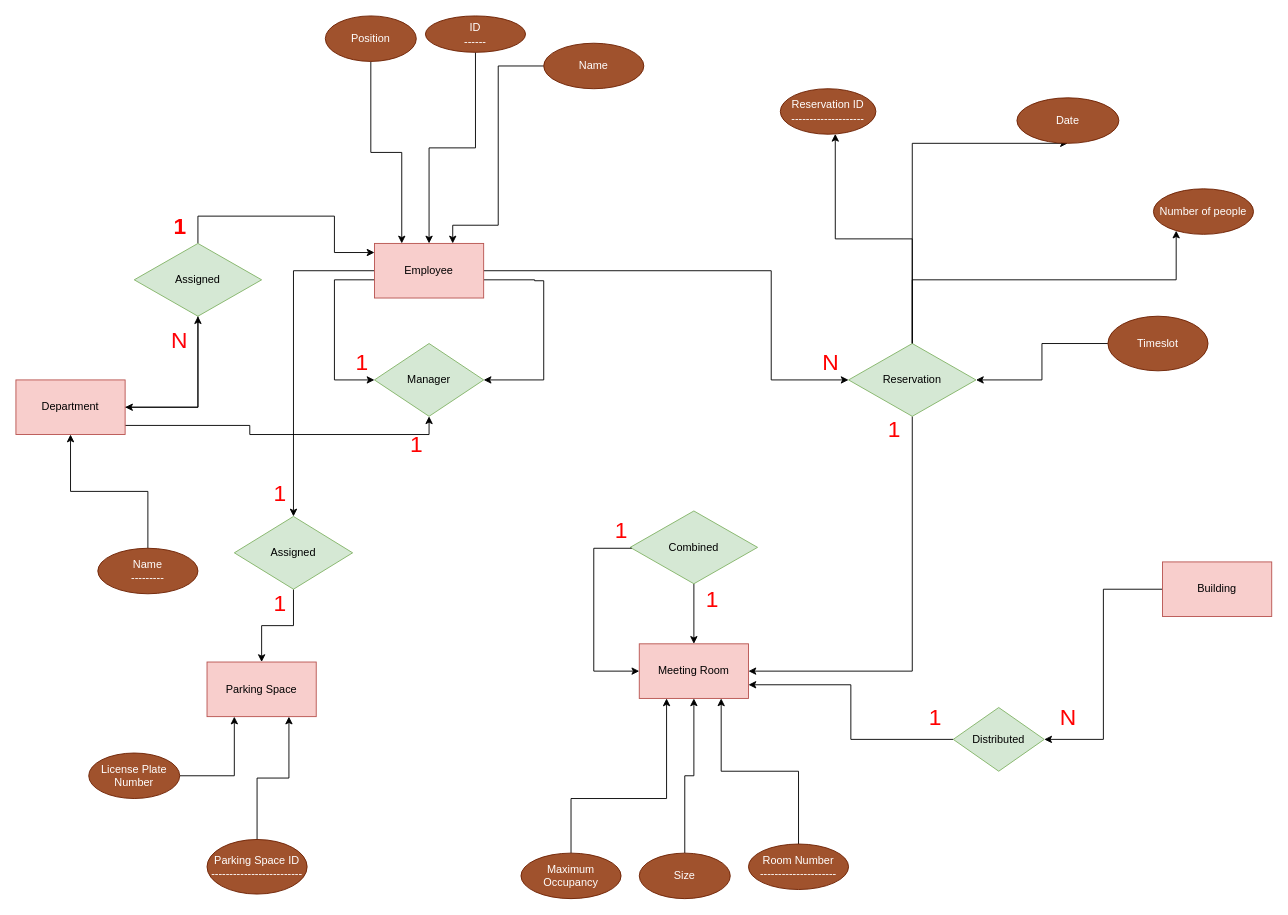
Before: Room Reservation System/RoomReservationSystem.drawio in daatoo/Databases, a draw.io diagram. Source tidied: cells renumbered, new cells numbered last; positions are measured from the earlier drawing's top-left corner, leaving out a move shared by most shapes. Both pictures are drawn from the tidied source at 91%, with x=0, y=0 at pixel (15, 15).
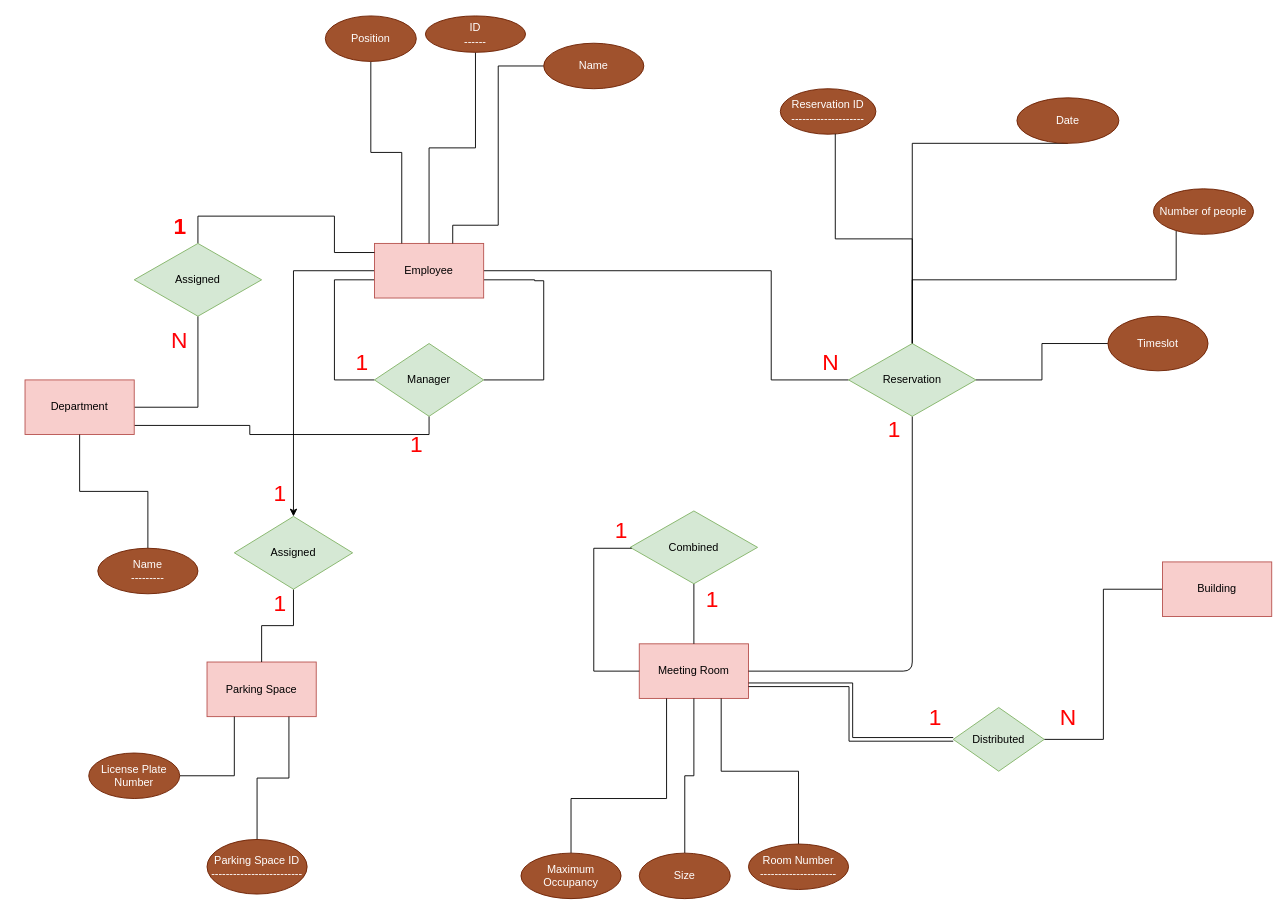
The same page after the edit.

The change refers to these unchanged cells:
```xml
<mxCell id="6" value="Employee" style="rounded=0;whiteSpace=wrap;html=1;fillColor=#f8cecc;strokeColor=#b85450;" parent="1" vertex="1">
  <mxGeometry x="394" y="250" width="120" height="60" as="geometry" />
</mxCell>
<mxCell id="8" value="ID&lt;div&gt;------&lt;/div&gt;" style="ellipse;whiteSpace=wrap;html=1;fillColor=#a0522d;fontColor=#ffffff;strokeColor=#6D1F00;" parent="1" vertex="1">
  <mxGeometry x="450" width="110" height="40" as="geometry" />
</mxCell>
<mxCell id="10" value="Name" style="ellipse;whiteSpace=wrap;html=1;fillColor=#a0522d;fontColor=#ffffff;strokeColor=#6D1F00;" parent="1" vertex="1">
  <mxGeometry x="580" y="30" width="110" height="50" as="geometry" />
</mxCell>
<mxCell id="12" value="Position" style="ellipse;whiteSpace=wrap;html=1;fillColor=#a0522d;fontColor=#ffffff;strokeColor=#6D1F00;" parent="1" vertex="1">
  <mxGeometry x="340" width="100" height="50" as="geometry" />
</mxCell>
<mxCell id="17" value="Name&lt;div&gt;---------&lt;/div&gt;" style="ellipse;whiteSpace=wrap;html=1;fillColor=#a0522d;fontColor=#ffffff;strokeColor=#6D1F00;" parent="1" vertex="1">
  <mxGeometry x="90" y="585" width="110" height="50" as="geometry" />
</mxCell>
<mxCell id="20" value="Assigned" style="rhombus;whiteSpace=wrap;html=1;fillColor=#d5e8d4;strokeColor=#82b366;" parent="1" vertex="1">
  <mxGeometry x="130" y="250" width="140" height="80" as="geometry" />
</mxCell>
<mxCell id="21" value="Manager" style="rhombus;whiteSpace=wrap;html=1;fillColor=#d5e8d4;strokeColor=#82b366;" parent="1" vertex="1">
  <mxGeometry x="394" y="360" width="120" height="80" as="geometry" />
</mxCell>
<mxCell id="22" value="Meeting Room" style="rounded=0;whiteSpace=wrap;html=1;fillColor=#f8cecc;strokeColor=#b85450;" parent="1" vertex="1">
  <mxGeometry x="685" y="690" width="120" height="60" as="geometry" />
</mxCell>
<mxCell id="24" value="Room Number&lt;div&gt;---------------------&lt;/div&gt;" style="ellipse;whiteSpace=wrap;html=1;fillColor=#a0522d;fontColor=#ffffff;strokeColor=#6D1F00;" parent="1" vertex="1">
  <mxGeometry x="805" y="910" width="110" height="50" as="geometry" />
</mxCell>
<mxCell id="26" value="Size" style="ellipse;whiteSpace=wrap;html=1;fillColor=#a0522d;fontColor=#ffffff;strokeColor=#6D1F00;" parent="1" vertex="1">
  <mxGeometry x="685" y="920" width="100" height="50" as="geometry" />
</mxCell>
<mxCell id="28" value="Maximum Occupancy" style="ellipse;whiteSpace=wrap;html=1;fillColor=#a0522d;fontColor=#ffffff;strokeColor=#6D1F00;" parent="1" vertex="1">
  <mxGeometry x="555" y="920" width="110" height="50" as="geometry" />
</mxCell>
<mxCell id="30" value="Combined" style="rhombus;whiteSpace=wrap;html=1;fillColor=#d5e8d4;strokeColor=#82b366;" parent="1" vertex="1">
  <mxGeometry x="675" y="544" width="140" height="80" as="geometry" />
</mxCell>
<mxCell id="33" value="Building" style="rounded=0;whiteSpace=wrap;html=1;fillColor=#f8cecc;strokeColor=#b85450;" parent="1" vertex="1">
  <mxGeometry x="1260" y="600" width="120" height="60" as="geometry" />
</mxCell>
<mxCell id="37" value="Reservation" style="rhombus;whiteSpace=wrap;html=1;fillColor=#d5e8d4;strokeColor=#82b366;" parent="1" vertex="1">
  <mxGeometry x="915" y="360" width="140" height="80" as="geometry" />
</mxCell>
<mxCell id="38" value="Reservation ID&lt;div&gt;--------------------&lt;/div&gt;" style="ellipse;whiteSpace=wrap;html=1;fillColor=#a0522d;fontColor=#ffffff;strokeColor=#6D1F00;" parent="1" vertex="1">
  <mxGeometry x="840" y="80" width="105" height="50" as="geometry" />
</mxCell>
<mxCell id="39" value="Date" style="ellipse;whiteSpace=wrap;html=1;fillColor=#a0522d;fontColor=#ffffff;strokeColor=#6D1F00;" parent="1" vertex="1">
  <mxGeometry x="1100" y="90" width="112" height="50" as="geometry" />
</mxCell>
<mxCell id="40" value="Number of people" style="ellipse;whiteSpace=wrap;html=1;fillColor=#a0522d;fontColor=#ffffff;strokeColor=#6D1F00;" parent="1" vertex="1">
  <mxGeometry x="1250" y="190" width="110" height="50" as="geometry" />
</mxCell>
<mxCell id="43" value="Distributed" style="rhombus;whiteSpace=wrap;html=1;fillColor=#d5e8d4;strokeColor=#82b366;" parent="1" vertex="1">
  <mxGeometry x="1030" y="760" width="100" height="70" as="geometry" />
</mxCell>
<mxCell id="44" value="Parking Space" style="rounded=0;whiteSpace=wrap;html=1;fillColor=#f8cecc;strokeColor=#b85450;" parent="1" vertex="1">
  <mxGeometry x="210" y="710" width="120" height="60" as="geometry" />
</mxCell>
<mxCell id="46" value="Parking Space ID&lt;div&gt;-------------------------&lt;/div&gt;" style="ellipse;whiteSpace=wrap;html=1;fillColor=#a0522d;fontColor=#ffffff;strokeColor=#6D1F00;" parent="1" vertex="1">
  <mxGeometry x="210" y="905" width="110" height="60" as="geometry" />
</mxCell>
<mxCell id="48" value="License Plate Number" style="ellipse;whiteSpace=wrap;html=1;fillColor=#a0522d;fontColor=#ffffff;strokeColor=#6D1F00;" parent="1" vertex="1">
  <mxGeometry x="80" y="810" width="100" height="50" as="geometry" />
</mxCell>
<mxCell id="50" value="Timeslot" style="ellipse;whiteSpace=wrap;html=1;fillColor=#a0522d;fontColor=#ffffff;strokeColor=#6D1F00;" parent="1" vertex="1">
  <mxGeometry x="1200" y="330" width="110" height="60" as="geometry" />
</mxCell>
<mxCell id="52" value="Assigned" style="rhombus;whiteSpace=wrap;html=1;fillColor=#d5e8d4;strokeColor=#82b366;" parent="1" vertex="1">
  <mxGeometry x="240" y="550" width="130" height="80" as="geometry" />
</mxCell>
```

The edit, as a diff of the source:
```diff
@@
-    <mxCell id="2" style="edgeStyle=orthogonalEdgeStyle;rounded=0;jettySize=auto;html=1;entryX=0;entryY=0.5;entryDx=0;entryDy=0;" parent="1" edge="1" source="6" target="21">
-      <mxGeometry relative="1" as="geometry">
-        <Array as="points">
-          <mxPoint x="350" y="290" />
-          <mxPoint x="350" y="400" />
-        </Array>
-      </mxGeometry>
-    </mxCell>
-    <mxCell id="3" style="edgeStyle=orthogonalEdgeStyle;rounded=0;jettySize=auto;html=1;entryX=1;entryY=0.5;entryDx=0;entryDy=0;" parent="1" edge="1" source="6" target="21">
-      <mxGeometry relative="1" as="geometry">
-        <Array as="points">
-          <mxPoint x="570" y="290" />
-          <mxPoint x="570" y="291" />
-          <mxPoint x="580" y="291" />
-          <mxPoint x="580" y="400" />
-        </Array>
-      </mxGeometry>
-    </mxCell>
+    <mxCell id="65" style="edgeStyle=orthogonalEdgeStyle;rounded=0;jettySize=auto;html=1;entryX=0;entryY=0.5;entryDx=0;entryDy=0;endArrow=none;endFill=0;" parent="1" edge="1" source="6" target="21">
+      <mxGeometry relative="1" as="geometry">
+        <Array as="points">
+          <mxPoint x="350" y="290" />
+          <mxPoint x="350" y="400" />
+        </Array>
+      </mxGeometry>
+    </mxCell>
+    <mxCell id="66" style="edgeStyle=orthogonalEdgeStyle;rounded=0;jettySize=auto;html=1;entryX=1;entryY=0.5;entryDx=0;entryDy=0;endArrow=none;endFill=0;" parent="1" edge="1" source="6" target="21">
+      <mxGeometry relative="1" as="geometry">
+        <Array as="points">
+          <mxPoint x="570" y="290" />
+          <mxPoint x="570" y="291" />
+          <mxPoint x="580" y="291" />
+          <mxPoint x="580" y="400" />
+        </Array>
+      </mxGeometry>
+    </mxCell>
-    <mxCell id="4" style="edgeStyle=orthogonalEdgeStyle;rounded=0;jettySize=auto;html=1;entryX=0;entryY=0.5;entryDx=0;entryDy=0;" parent="1" edge="1" source="6" target="37">
+    <mxCell id="4" style="edgeStyle=orthogonalEdgeStyle;rounded=0;jettySize=auto;html=1;entryX=0;entryY=0.5;entryDx=0;entryDy=0;endArrow=none;endFill=0;" parent="1" edge="1" source="6" target="37">
       <mxGeometry relative="1" as="geometry">
         <Array as="points">
           <mxPoint x="830" y="280" />
           <mxPoint x="830" y="400" />
         </Array>
       </mxGeometry>
     </mxCell>
@@
-    <mxCell id="7" style="edgeStyle=orthogonalEdgeStyle;rounded=0;jettySize=auto;html=1;" parent="1" edge="1" source="8" target="6">
+    <mxCell id="7" style="edgeStyle=orthogonalEdgeStyle;rounded=0;jettySize=auto;html=1;endArrow=none;endFill=0;" parent="1" edge="1" source="8" target="6">
       <mxGeometry relative="1" as="geometry" />
     </mxCell>
@@
-    <mxCell id="9" style="edgeStyle=orthogonalEdgeStyle;rounded=0;jettySize=auto;html=1;" parent="1" edge="1" source="10" target="6">
+    <mxCell id="9" style="edgeStyle=orthogonalEdgeStyle;rounded=0;jettySize=auto;html=1;endArrow=none;endFill=0;" parent="1" edge="1" source="10" target="6">
       <mxGeometry relative="1" as="geometry">
         <Array as="points">
           <mxPoint x="530" y="55" />
           <mxPoint x="530" y="230" />
           <mxPoint x="480" y="230" />
         </Array>
       </mxGeometry>
     </mxCell>
@@
-    <mxCell id="11" style="edgeStyle=orthogonalEdgeStyle;rounded=0;jettySize=auto;html=1;entryX=0.25;entryY=0;entryDx=0;entryDy=0;" parent="1" edge="1" source="12" target="6">
+    <mxCell id="11" style="edgeStyle=orthogonalEdgeStyle;rounded=0;jettySize=auto;html=1;entryX=0.25;entryY=0;entryDx=0;entryDy=0;endArrow=none;endFill=0;" parent="1" edge="1" source="12" target="6">
       <mxGeometry relative="1" as="geometry" />
     </mxCell>
@@
+    <mxCell id="14" style="edgeStyle=orthogonalEdgeStyle;rounded=0;jettySize=auto;html=1;entryX=0.5;entryY=1;entryDx=0;entryDy=0;endArrow=none;endFill=0;" parent="1" edge="1" source="15" target="21">
+      <mxGeometry relative="1" as="geometry">
+        <Array as="points">
+          <mxPoint x="257" y="450" />
+          <mxPoint x="257" y="460" />
+          <mxPoint x="454" y="460" />
+        </Array>
+      </mxGeometry>
+    </mxCell>
-    <mxCell id="13" style="edgeStyle=orthogonalEdgeStyle;rounded=0;jettySize=auto;html=1;entryX=0.5;entryY=1;entryDx=0;entryDy=0;" parent="1" edge="1" source="15" target="20">
-      <mxGeometry relative="1" as="geometry" />
+    <mxCell id="13" style="edgeStyle=orthogonalEdgeStyle;rounded=0;jettySize=auto;html=1;entryX=0.5;entryY=1;entryDx=0;entryDy=0;endArrow=none;endFill=0;" parent="1" edge="1" source="15" target="20">
+      <mxGeometry relative="1" as="geometry">
+        <Array as="points">
+          <mxPoint x="200" y="430" />
+        </Array>
+      </mxGeometry>
     </mxCell>
-    <mxCell id="14" style="edgeStyle=orthogonalEdgeStyle;rounded=0;jettySize=auto;html=1;entryX=0.5;entryY=1;entryDx=0;entryDy=0;" parent="1" edge="1" source="15" target="21">
-      <mxGeometry relative="1" as="geometry">
-        <Array as="points">
-          <mxPoint x="257" y="450" />
-          <mxPoint x="257" y="460" />
-          <mxPoint x="454" y="460" />
-        </Array>
-      </mxGeometry>
-    </mxCell>
     <mxCell id="15" value="Department" style="rounded=0;whiteSpace=wrap;html=1;fillColor=#f8cecc;strokeColor=#b85450;" parent="1" vertex="1">
-      <mxGeometry y="400" width="120" height="60" as="geometry" />
+      <mxGeometry x="10" y="400" width="120" height="60" as="geometry" />
     </mxCell>
-    <mxCell id="16" style="edgeStyle=orthogonalEdgeStyle;rounded=0;jettySize=auto;html=1;" parent="1" edge="1" source="17" target="15">
+    <mxCell id="16" style="edgeStyle=orthogonalEdgeStyle;rounded=0;jettySize=auto;html=1;endArrow=none;endFill=0;" parent="1" edge="1" source="17" target="15">
       <mxGeometry relative="1" as="geometry" />
     </mxCell>
@@
-    <mxCell id="18" style="edgeStyle=orthogonalEdgeStyle;rounded=0;jettySize=auto;html=1;" parent="1" edge="1" source="20" target="15">
-      <mxGeometry relative="1" as="geometry">
-        <Array as="points">
-          <mxPoint x="200" y="430" />
-        </Array>
-      </mxGeometry>
-    </mxCell>
-    <mxCell id="19" style="edgeStyle=orthogonalEdgeStyle;rounded=0;jettySize=auto;html=1;" parent="1" edge="1" source="20" target="6">
+    <mxCell id="19" style="edgeStyle=orthogonalEdgeStyle;rounded=0;jettySize=auto;html=1;endArrow=none;endFill=0;" parent="1" edge="1" source="20" target="6">
       <mxGeometry relative="1" as="geometry">
         <Array as="points">
           <mxPoint x="200" y="220" />
           <mxPoint x="350" y="220" />
           <mxPoint x="350" y="260" />
         </Array>
       </mxGeometry>
     </mxCell>
@@
-    <mxCell id="23" style="edgeStyle=orthogonalEdgeStyle;rounded=0;jettySize=auto;html=1;entryX=0.75;entryY=1;entryDx=0;entryDy=0;exitX=0.5;exitY=0;exitDx=0;exitDy=0;" parent="1" edge="1" source="24" target="22">
+    <mxCell id="23" style="edgeStyle=orthogonalEdgeStyle;rounded=0;jettySize=auto;html=1;entryX=0.75;entryY=1;entryDx=0;entryDy=0;exitX=0.5;exitY=0;exitDx=0;exitDy=0;endArrow=none;endFill=0;" parent="1" edge="1" source="24" target="22">
       <mxGeometry relative="1" as="geometry" />
     </mxCell>
@@
-    <mxCell id="25" style="edgeStyle=orthogonalEdgeStyle;rounded=0;jettySize=auto;html=1;" parent="1" edge="1" source="26" target="22">
+    <mxCell id="25" style="edgeStyle=orthogonalEdgeStyle;rounded=0;jettySize=auto;html=1;endArrow=none;endFill=0;" parent="1" edge="1" source="26" target="22">
       <mxGeometry relative="1" as="geometry" />
     </mxCell>
@@
-    <mxCell id="27" style="edgeStyle=orthogonalEdgeStyle;rounded=0;jettySize=auto;html=1;entryX=0.25;entryY=1;entryDx=0;entryDy=0;" parent="1" edge="1" source="28" target="22">
+    <mxCell id="27" style="edgeStyle=orthogonalEdgeStyle;rounded=0;jettySize=auto;html=1;entryX=0.25;entryY=1;entryDx=0;entryDy=0;endArrow=none;endFill=0;" parent="1" edge="1" source="28" target="22">
       <mxGeometry relative="1" as="geometry">
         <Array as="points">
           <mxPoint x="610" y="860" />
           <mxPoint x="715" y="860" />
         </Array>
       </mxGeometry>
     </mxCell>
@@
-    <mxCell id="29" style="edgeStyle=orthogonalEdgeStyle;rounded=0;jettySize=auto;html=1;entryX=0.5;entryY=0;entryDx=0;entryDy=0;" parent="1" edge="1" source="30" target="22">
-      <mxGeometry relative="1" as="geometry" />
-    </mxCell>
+    <mxCell id="67" style="edgeStyle=orthogonalEdgeStyle;rounded=0;jettySize=auto;html=1;entryX=0.5;entryY=0;entryDx=0;entryDy=0;endArrow=none;endFill=0;" parent="1" edge="1" source="30" target="22">
+      <mxGeometry relative="1" as="geometry" />
+    </mxCell>
@@
-    <mxCell id="31" style="edgeStyle=orthogonalEdgeStyle;rounded=0;jettySize=auto;html=1;" parent="1" edge="1" source="30" target="22">
-      <mxGeometry relative="1" as="geometry">
-        <Array as="points">
-          <mxPoint x="635" y="585" />
-          <mxPoint x="635" y="720" />
-        </Array>
-      </mxGeometry>
-    </mxCell>
+    <mxCell id="68" style="edgeStyle=orthogonalEdgeStyle;rounded=0;jettySize=auto;html=1;endArrow=none;endFill=0;" parent="1" edge="1" source="30" target="22">
+      <mxGeometry relative="1" as="geometry">
+        <Array as="points">
+          <mxPoint x="635" y="585" />
+          <mxPoint x="635" y="720" />
+        </Array>
+      </mxGeometry>
+    </mxCell>
-    <mxCell id="32" style="edgeStyle=orthogonalEdgeStyle;rounded=0;jettySize=auto;html=1;entryX=1;entryY=0.5;entryDx=0;entryDy=0;" parent="1" edge="1" source="33" target="43">
+    <mxCell id="32" style="edgeStyle=orthogonalEdgeStyle;rounded=0;jettySize=auto;html=1;entryX=1;entryY=0.5;entryDx=0;entryDy=0;endArrow=none;endFill=0;" parent="1" edge="1" source="33" target="43">
       <mxGeometry relative="1" as="geometry" />
     </mxCell>
@@
-    <mxCell id="34" style="edgeStyle=orthogonalEdgeStyle;rounded=0;jettySize=auto;html=1;entryX=1;entryY=0.5;entryDx=0;entryDy=0;exitX=0.5;exitY=1;exitDx=0;exitDy=0;" parent="1" edge="1" source="37" target="22">
+    <mxCell id="34" style="edgeStyle=orthogonalEdgeStyle;rounded=1;jettySize=auto;html=1;entryX=1;entryY=0.5;entryDx=0;entryDy=0;exitX=0.5;exitY=1;exitDx=0;exitDy=0;strokeColor=default;curved=0;endArrow=none;endFill=0;" parent="1" edge="1" source="37" target="22">
       <mxGeometry relative="1" as="geometry" />
     </mxCell>
-    <mxCell id="35" style="edgeStyle=orthogonalEdgeStyle;rounded=0;jettySize=auto;html=1;entryX=0.5;entryY=1;entryDx=0;entryDy=0;" parent="1" edge="1" source="37" target="39">
+    <mxCell id="35" style="edgeStyle=orthogonalEdgeStyle;rounded=0;jettySize=auto;html=1;entryX=0.5;entryY=1;entryDx=0;entryDy=0;endArrow=none;endFill=0;" parent="1" edge="1" source="37" target="39">
       <mxGeometry relative="1" as="geometry">
         <Array as="points">
           <mxPoint x="985" y="140" />
         </Array>
       </mxGeometry>
     </mxCell>
-    <mxCell id="36" style="edgeStyle=orthogonalEdgeStyle;rounded=0;jettySize=auto;html=1;" parent="1" edge="1" source="37" target="40">
+    <mxCell id="36" style="edgeStyle=orthogonalEdgeStyle;rounded=0;jettySize=auto;html=1;endArrow=none;endFill=0;" parent="1" edge="1" source="37" target="40">
       <mxGeometry relative="1" as="geometry">
         <Array as="points">
           <mxPoint x="985" y="290" />
           <mxPoint x="1275" y="290" />
         </Array>
       </mxGeometry>
     </mxCell>
@@
-    <mxCell id="41" style="edgeStyle=orthogonalEdgeStyle;rounded=0;jettySize=auto;html=1;entryX=0.575;entryY=0.992;entryDx=0;entryDy=0;entryPerimeter=0;" parent="1" edge="1" source="37" target="38">
+    <mxCell id="41" style="edgeStyle=orthogonalEdgeStyle;rounded=0;jettySize=auto;html=1;entryX=0.575;entryY=0.992;entryDx=0;entryDy=0;entryPerimeter=0;endArrow=none;endFill=0;" parent="1" edge="1" source="37" target="38">
       <mxGeometry relative="1" as="geometry" />
     </mxCell>
-    <mxCell id="42" style="edgeStyle=orthogonalEdgeStyle;rounded=0;jettySize=auto;html=1;entryX=1;entryY=0.75;entryDx=0;entryDy=0;" parent="1" edge="1" source="43" target="22">
+    <mxCell id="42" style="edgeStyle=orthogonalEdgeStyle;rounded=0;jettySize=auto;html=1;entryX=1;entryY=0.75;entryDx=0;entryDy=0;shape=link;" parent="1" edge="1" source="43" target="22">
       <mxGeometry relative="1" as="geometry" />
     </mxCell>
@@
-    <mxCell id="45" style="edgeStyle=orthogonalEdgeStyle;rounded=0;jettySize=auto;html=1;entryX=0.75;entryY=1;entryDx=0;entryDy=0;" parent="1" edge="1" source="46" target="44">
+    <mxCell id="45" style="edgeStyle=orthogonalEdgeStyle;rounded=0;jettySize=auto;html=1;entryX=0.75;entryY=1;entryDx=0;entryDy=0;endArrow=none;endFill=0;" parent="1" edge="1" source="46" target="44">
       <mxGeometry relative="1" as="geometry" />
     </mxCell>
@@
-    <mxCell id="47" style="edgeStyle=orthogonalEdgeStyle;rounded=0;jettySize=auto;html=1;entryX=0.25;entryY=1;entryDx=0;entryDy=0;" parent="1" edge="1" source="48" target="44">
+    <mxCell id="47" style="edgeStyle=orthogonalEdgeStyle;rounded=0;jettySize=auto;html=1;entryX=0.25;entryY=1;entryDx=0;entryDy=0;endArrow=none;endFill=0;" parent="1" edge="1" source="48" target="44">
       <mxGeometry relative="1" as="geometry" />
     </mxCell>
@@
-    <mxCell id="49" style="edgeStyle=orthogonalEdgeStyle;rounded=0;jettySize=auto;html=1;entryX=1;entryY=0.5;entryDx=0;entryDy=0;" parent="1" edge="1" source="50" target="37">
+    <mxCell id="49" style="edgeStyle=orthogonalEdgeStyle;rounded=0;jettySize=auto;html=1;entryX=1;entryY=0.5;entryDx=0;entryDy=0;endArrow=none;endFill=0;" parent="1" edge="1" source="50" target="37">
       <mxGeometry relative="1" as="geometry" />
     </mxCell>
@@
-    <mxCell id="51" style="edgeStyle=orthogonalEdgeStyle;rounded=0;jettySize=auto;html=1;entryX=0.5;entryY=0;entryDx=0;entryDy=0;" parent="1" edge="1" source="52" target="44">
+    <mxCell id="51" style="edgeStyle=orthogonalEdgeStyle;rounded=0;jettySize=auto;html=1;entryX=0.5;entryY=0;entryDx=0;entryDy=0;endArrow=none;endFill=0;" parent="1" edge="1" source="52" target="44">
       <mxGeometry relative="1" as="geometry" />
     </mxCell>
```
